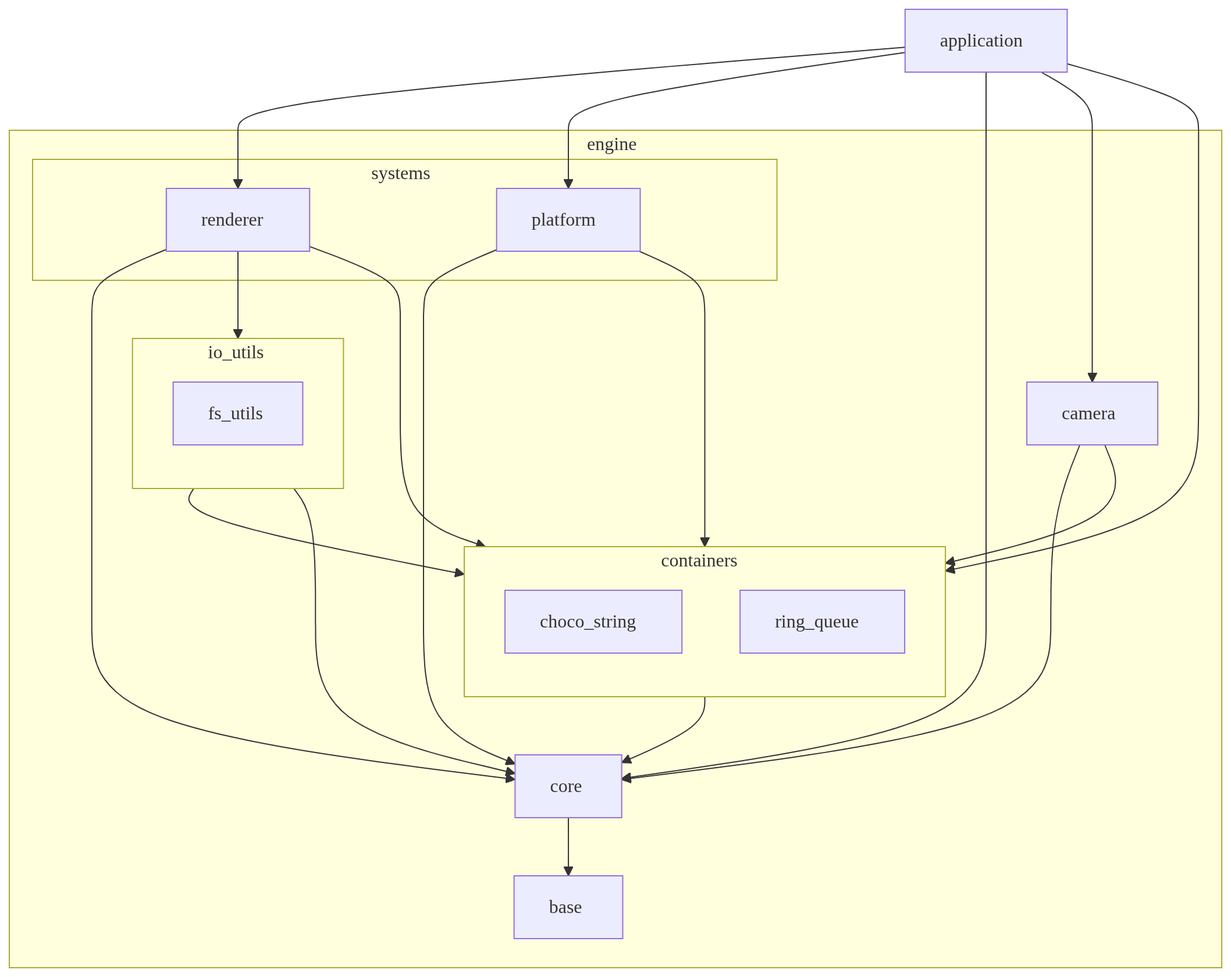
Earlier version of the Mermaid export docs/engine_overview.png (chocolate-pie24/gl_choco_engine). Its source is kept beside it as docs/engine_overview.mmd.
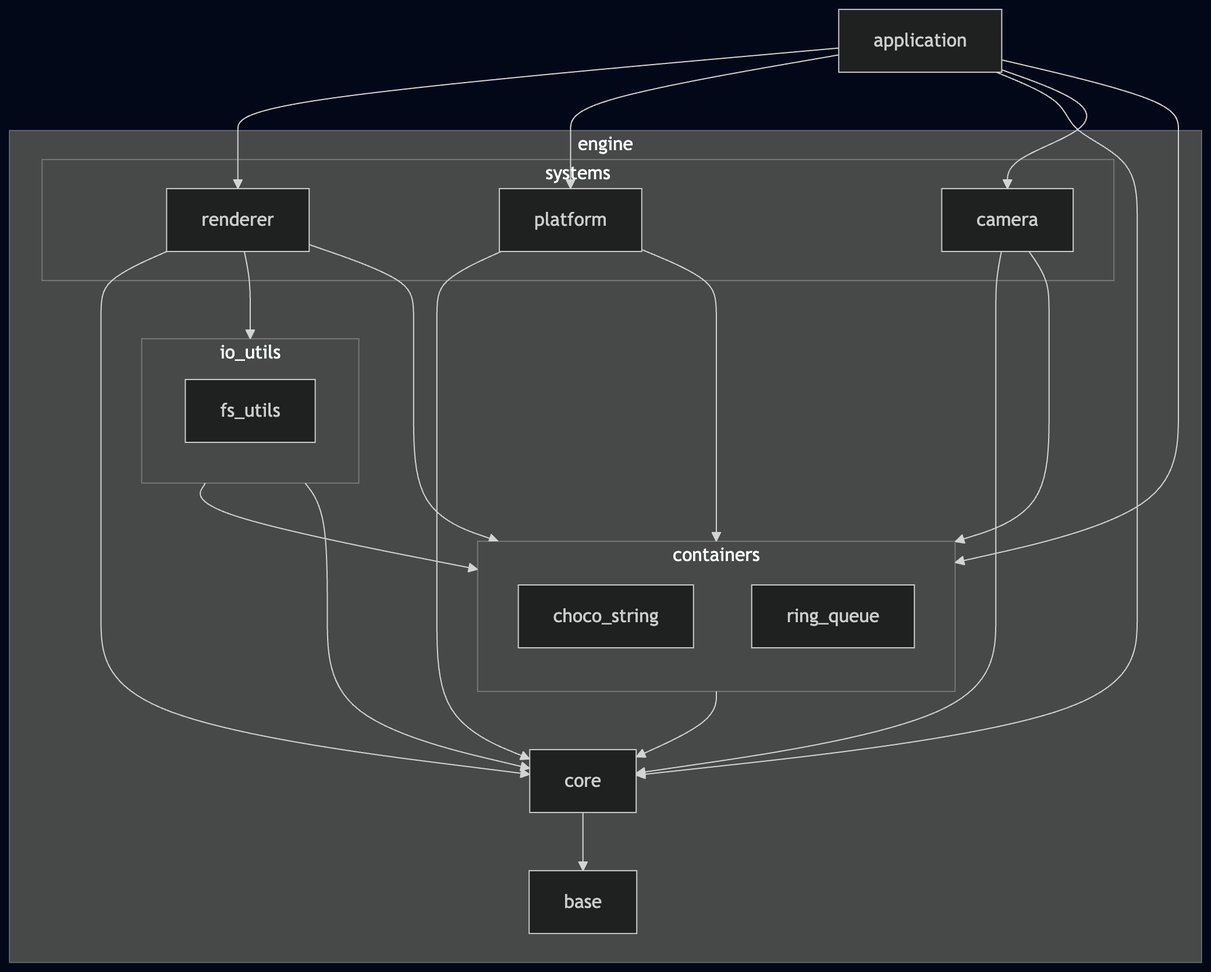
The same file after the commit.

Commit message:
docs: カメラシステム追加に伴いengine_overview修正

Diff of the diagram source:
```diff
@@ -5,9 +5,8 @@
     subgraph SYSTEMS[systems]
       PLATFORM[platform]
       RENDERER[renderer]
+      CAMERA[camera]
     end
-
-    CAMERA[camera]
 
     subgraph IO_UTILS[io_utils]
       FS_UTILS[fs_utils]
```
